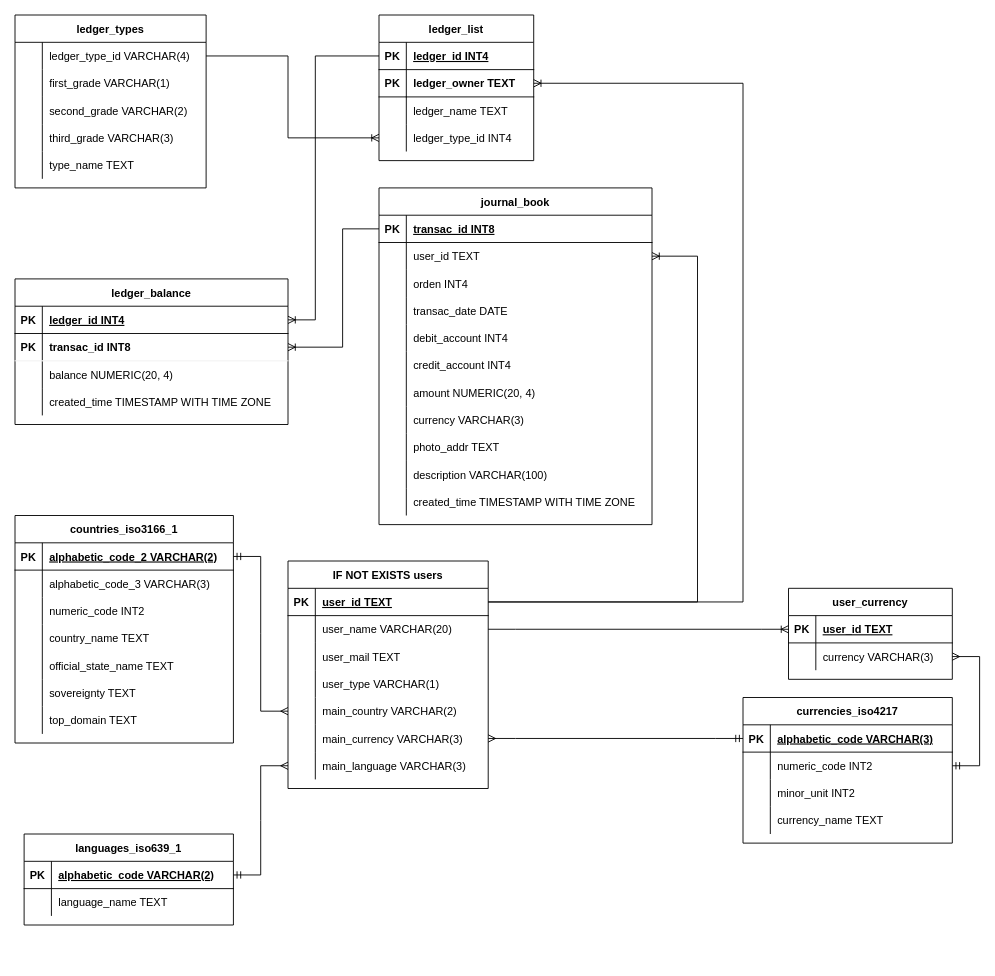
Before: rigel_ledger_schema.drawio in Walker088/rigel_ledger_server, a draw.io diagram. Source tidied: cells renumbered, new cells numbered last; positions are measured from the earlier drawing's top-left corner, leaving out a move shared by most shapes. Both pictures are drawn from the tidied source at 91%, with x=0, y=0 at pixel (15, 15).
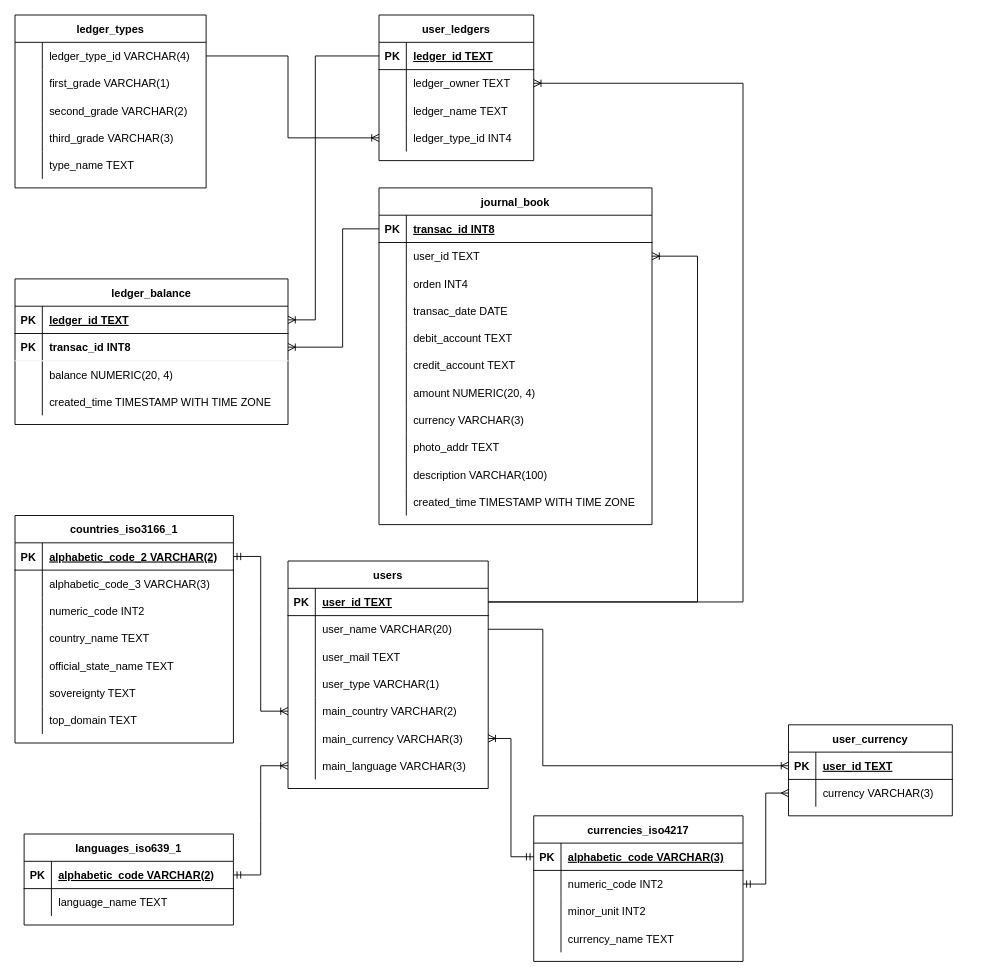
The same page after the edit.

The change refers to these unchanged cells:
```xml
<mxCell id="3" style="shape=tableRow;horizontal=0;startSize=0;swimlaneHead=0;swimlaneBody=0;fillColor=none;points=[[0,0.5],[1,0.5]];portConstraint=eastwest;top=0;left=0;right=0;bottom=1;" parent="2" vertex="1">
  <mxGeometry y="30" width="180" height="30" as="geometry" />
</mxCell>
<mxCell id="6" style="shape=tableRow;horizontal=0;startSize=0;swimlaneHead=0;swimlaneBody=0;fillColor=none;points=[[0,0.5],[1,0.5]];portConstraint=eastwest;top=0;left=0;right=0;bottom=0;" parent="2" vertex="1">
  <mxGeometry y="60" width="180" height="30" as="geometry" />
</mxCell>
<mxCell id="10" style="shape=tableRow;horizontal=0;startSize=0;swimlaneHead=0;swimlaneBody=0;fillColor=none;points=[[0,0.5],[1,0.5]];portConstraint=eastwest;top=0;left=0;right=0;bottom=1;" parent="9" vertex="1">
  <mxGeometry y="30" width="240" height="30" as="geometry" />
</mxCell>
<mxCell id="32" style="shape=tableRow;horizontal=0;startSize=0;swimlaneHead=0;swimlaneBody=0;fillColor=none;points=[[0,0.5],[1,0.5]];portConstraint=eastwest;top=0;left=0;right=0;bottom=1;" parent="31" vertex="1">
  <mxGeometry y="30" width="230" height="30" as="geometry" />
</mxCell>
<mxCell id="35" style="shape=tableRow;horizontal=0;startSize=0;swimlaneHead=0;swimlaneBody=0;fillColor=none;points=[[0,0.5],[1,0.5]];portConstraint=eastwest;top=0;left=0;right=0;bottom=0;" parent="31" vertex="1">
  <mxGeometry y="60" width="230" height="30" as="geometry" />
</mxCell>
<mxCell id="45" style="shape=tableRow;horizontal=0;startSize=0;swimlaneHead=0;swimlaneBody=0;fillColor=none;points=[[0,0.5],[1,0.5]];portConstraint=eastwest;top=0;left=0;right=0;bottom=1;" parent="44" vertex="1">
  <mxGeometry y="30" width="230" height="30" as="geometry" />
</mxCell>
<mxCell id="60" style="shape=tableRow;horizontal=0;startSize=0;swimlaneHead=0;swimlaneBody=0;fillColor=none;points=[[0,0.5],[1,0.5]];portConstraint=eastwest;top=0;left=0;right=0;bottom=0;" parent="56" vertex="1">
  <mxGeometry y="60" width="220" height="30" as="geometry" />
</mxCell>
<mxCell id="69" style="shape=tableRow;horizontal=0;startSize=0;swimlaneHead=0;swimlaneBody=0;fillColor=none;points=[[0,0.5],[1,0.5]];portConstraint=eastwest;top=0;left=0;right=0;bottom=0;" parent="56" vertex="1">
  <mxGeometry y="150" width="220" height="30" as="geometry" />
</mxCell>
<mxCell id="72" style="shape=tableRow;horizontal=0;startSize=0;swimlaneHead=0;swimlaneBody=0;fillColor=none;points=[[0,0.5],[1,0.5]];portConstraint=eastwest;top=0;left=0;right=0;bottom=0;" parent="56" vertex="1">
  <mxGeometry y="180" width="220" height="30" as="geometry" />
</mxCell>
<mxCell id="75" style="shape=tableRow;horizontal=0;startSize=0;swimlaneHead=0;swimlaneBody=0;fillColor=none;points=[[0,0.5],[1,0.5]];portConstraint=eastwest;top=0;left=0;right=0;bottom=0;" parent="56" vertex="1">
  <mxGeometry y="210" width="220" height="30" as="geometry" />
</mxCell>
<mxCell id="91" style="shape=tableRow;horizontal=0;startSize=0;swimlaneHead=0;swimlaneBody=0;fillColor=none;top=0;left=0;right=0;bottom=0;" parent="78" vertex="1">
  <mxGeometry y="150" width="300" height="30" as="geometry" />
</mxCell>
<mxCell id="94" style="shape=tableRow;horizontal=0;startSize=0;swimlaneHead=0;swimlaneBody=0;fillColor=none;top=0;left=0;right=0;bottom=0;" parent="78" vertex="1">
  <mxGeometry y="180" width="300" height="30" as="geometry" />
</mxCell>
<mxCell id="113" style="shape=tableRow;horizontal=0;startSize=0;swimlaneHead=0;swimlaneBody=0;fillColor=none;points=[[0,0.5],[1,0.5]];portConstraint=eastwest;top=0;left=0;right=0;bottom=1;" parent="112" vertex="1">
  <mxGeometry y="30" width="300" height="30" as="geometry" />
</mxCell>
<mxCell id="127" style="shape=tableRow;horizontal=0;startSize=0;swimlaneHead=0;swimlaneBody=0;fillColor=none;points=[[0,0.5],[1,0.5]];portConstraint=eastwest;top=0;left=0;right=0;bottom=1;" parent="126" vertex="1">
  <mxGeometry y="30" width="170" height="30" as="geometry" />
</mxCell>
<mxCell id="130" style="shape=tableRow;horizontal=0;startSize=0;swimlaneHead=0;swimlaneBody=0;fillColor=none;points=[[0,0.5],[1,0.5]];portConstraint=eastwest;top=0;left=0;right=0;bottom=0;" parent="126" vertex="1">
  <mxGeometry y="60" width="170" height="30" as="geometry" />
</mxCell>
```

Diff of the diagram source:
```diff
@@
     <mxCell id="2" value="user_currency" style="shape=table;startSize=30;childLayout=tableLayout;rowLines=0;fontStyle=1;align=center;" parent="1" vertex="1">
-      <mxGeometry x="850" y="630" width="180" height="100" as="geometry" />
+      <mxGeometry x="850" y="780" width="180" height="100" as="geometry" />
     </mxCell>
@@
     <mxCell id="31" value="currencies_iso4217" style="shape=table;startSize=30;childLayout=tableLayout;rowLines=0;fontStyle=1;align=center;" parent="1" vertex="1">
-      <mxGeometry x="800" y="750" width="230" height="160" as="geometry" />
+      <mxGeometry x="570" y="880" width="230" height="160" as="geometry" />
     </mxCell>
@@
-    <mxCell id="51" style="edgeStyle=entityRelationEdgeStyle;fontSize=12;html=1;endArrow=ERoneToMany;rounded=0;exitX=1;exitY=0.5;exitDx=0;exitDy=0;entryX=0;entryY=0.5;entryDx=0;entryDy=0;" parent="1" edge="1" source="60" target="3">
-      <mxGeometry relative="1" as="geometry" />
+    <mxCell id="51" style="edgeStyle=elbowEdgeStyle;fontSize=12;html=1;endArrow=ERoneToMany;rounded=0;exitX=1;exitY=0.5;exitDx=0;exitDy=0;entryX=0;entryY=0.5;entryDx=0;entryDy=0;" parent="1" edge="1" source="60" target="3">
+      <mxGeometry relative="1" as="geometry">
+        <Array as="points">
+          <mxPoint x="580" y="740" />
+        </Array>
+      </mxGeometry>
     </mxCell>
-    <mxCell id="52" style="edgeStyle=entityRelationEdgeStyle;fontSize=12;html=1;endArrow=ERmany;startArrow=ERmandOne;rounded=0;exitX=1;exitY=0.5;exitDx=0;exitDy=0;entryX=0;entryY=0.5;entryDx=0;entryDy=0;endFill=0;" parent="1" edge="1" source="45" target="75">
+    <mxCell id="52" style="edgeStyle=entityRelationEdgeStyle;fontSize=12;html=1;endArrow=ERoneToMany;startArrow=ERmandOne;rounded=0;exitX=1;exitY=0.5;exitDx=0;exitDy=0;entryX=0;entryY=0.5;entryDx=0;entryDy=0;endFill=0;" parent="1" edge="1" source="45" target="75">
       <mxGeometry relative="1" as="geometry" />
     </mxCell>
-    <mxCell id="53" style="edgeStyle=entityRelationEdgeStyle;fontSize=12;html=1;endArrow=ERmany;startArrow=ERmandOne;rounded=0;exitX=1;exitY=0.5;exitDx=0;exitDy=0;entryX=0;entryY=0.5;entryDx=0;entryDy=0;endFill=0;" parent="1" edge="1" source="10" target="69">
+    <mxCell id="53" style="edgeStyle=entityRelationEdgeStyle;fontSize=12;html=1;endArrow=ERoneToMany;startArrow=ERmandOne;rounded=0;exitX=1;exitY=0.5;exitDx=0;exitDy=0;entryX=0;entryY=0.5;entryDx=0;entryDy=0;endFill=0;" parent="1" edge="1" source="10" target="69">
       <mxGeometry relative="1" as="geometry" />
     </mxCell>
-    <mxCell id="54" style="edgeStyle=entityRelationEdgeStyle;fontSize=12;html=1;endArrow=ERmandOne;rounded=0;entryX=1;entryY=0.5;entryDx=0;entryDy=0;exitX=1;exitY=0.5;exitDx=0;exitDy=0;startArrow=ERmany;startFill=0;endFill=0;" parent="1" edge="1" source="6" target="35">
+    <mxCell id="54" style="edgeStyle=elbowEdgeStyle;fontSize=12;html=1;endArrow=ERmandOne;rounded=0;entryX=1;entryY=0.5;entryDx=0;entryDy=0;exitX=0;exitY=0.5;exitDx=0;exitDy=0;startArrow=ERmany;startFill=0;endFill=0;" parent="1" edge="1" source="6" target="35">
       <mxGeometry relative="1" as="geometry" />
     </mxCell>
-    <mxCell id="55" style="edgeStyle=entityRelationEdgeStyle;fontSize=12;html=1;endArrow=ERmandOne;rounded=0;entryX=0;entryY=0.5;entryDx=0;entryDy=0;exitX=1;exitY=0.5;exitDx=0;exitDy=0;startArrow=ERmany;startFill=0;endFill=0;" parent="1" edge="1" source="72" target="32">
+    <mxCell id="55" style="edgeStyle=elbowEdgeStyle;fontSize=12;html=1;endArrow=ERmandOne;rounded=0;entryX=0;entryY=0.5;entryDx=0;entryDy=0;exitX=1;exitY=0.5;exitDx=0;exitDy=0;startArrow=ERoneToMany;startFill=0;endFill=0;" parent="1" edge="1" source="72" target="32">
       <mxGeometry relative="1" as="geometry" />
     </mxCell>
-    <mxCell id="56" value="IF NOT EXISTS users" style="shape=table;startSize=30;childLayout=tableLayout;rowLines=0;fontStyle=1;align=center;" parent="1" vertex="1">
+    <mxCell id="56" value="users" style="shape=table;startSize=30;childLayout=tableLayout;rowLines=0;fontStyle=1;align=center;" parent="1" vertex="1">
       <mxGeometry x="300" y="600" width="220" height="250" as="geometry" />
     </mxCell>
@@
-    <mxCell id="93" value="debit_account INT4" style="shape=partialRectangle;overflow=hidden;fillColor=none;align=left;top=0;left=0;bottom=0;right=0;spacingLeft=6;" parent="91" vertex="1">
+    <mxCell id="93" value="debit_account TEXT" style="shape=partialRectangle;overflow=hidden;fillColor=none;align=left;top=0;left=0;bottom=0;right=0;spacingLeft=6;" parent="91" vertex="1">
       <mxGeometry x="30" width="270" height="30" as="geometry" />
     </mxCell>
@@
-    <mxCell id="96" value="credit_account INT4" style="shape=partialRectangle;overflow=hidden;fillColor=none;align=left;top=0;left=0;bottom=0;right=0;spacingLeft=6;" parent="94" vertex="1">
+    <mxCell id="96" value="credit_account TEXT" style="shape=partialRectangle;overflow=hidden;fillColor=none;align=left;top=0;left=0;bottom=0;right=0;spacingLeft=6;" parent="94" vertex="1">
       <mxGeometry x="30" width="270" height="30" as="geometry" />
     </mxCell>
@@
-    <mxCell id="115" value="ledger_id INT4" style="shape=partialRectangle;overflow=hidden;fillColor=none;align=left;top=0;left=0;bottom=0;right=0;spacingLeft=6;fontStyle=5;noLabel=0;" parent="113" vertex="1">
+    <mxCell id="115" value="ledger_id TEXT" style="shape=partialRectangle;overflow=hidden;fillColor=none;align=left;top=0;left=0;bottom=0;right=0;spacingLeft=6;fontStyle=5;noLabel=0;" parent="113" vertex="1">
       <mxGeometry x="30" width="270" height="30" as="geometry" />
     </mxCell>
@@
-    <mxCell id="126" value="ledger_list" style="shape=table;startSize=30;childLayout=tableLayout;rowLines=0;fontStyle=1;align=center;" parent="1" vertex="1">
+    <mxCell id="126" value="user_ledgers" style="shape=table;startSize=30;childLayout=tableLayout;rowLines=0;fontStyle=1;align=center;" parent="1" vertex="1">
       <mxGeometry x="400" width="170" height="160" as="geometry" />
     </mxCell>
@@
-    <mxCell id="129" value="ledger_id INT4" style="shape=partialRectangle;overflow=hidden;fillColor=none;align=left;top=0;left=0;bottom=0;right=0;spacingLeft=6;fontStyle=5;" parent="127" vertex="1">
+    <mxCell id="129" value="ledger_id TEXT" style="shape=partialRectangle;overflow=hidden;fillColor=none;align=left;top=0;left=0;bottom=0;right=0;spacingLeft=6;fontStyle=5;" parent="127" vertex="1">
       <mxGeometry x="30" width="140" height="30" as="geometry" />
     </mxCell>
@@
-    <mxCell id="131" value="PK" style="shape=partialRectangle;overflow=hidden;fillColor=none;top=0;left=0;bottom=1;right=0;fontStyle=1;" parent="130" vertex="1">
+    <mxCell id="131" style="shape=partialRectangle;overflow=hidden;fillColor=none;top=0;left=0;bottom=0;right=0;fontStyle=0;" parent="130" vertex="1">
       <mxGeometry width="30" height="30" as="geometry" />
     </mxCell>
-    <mxCell id="132" value="ledger_owner TEXT" style="shape=partialRectangle;overflow=hidden;fillColor=none;align=left;top=0;left=0;bottom=1;right=0;spacingLeft=6;fontStyle=1;" parent="130" vertex="1">
+    <mxCell id="132" value="ledger_owner TEXT" style="shape=partialRectangle;overflow=hidden;fillColor=none;align=left;top=0;left=0;bottom=0;right=0;spacingLeft=6;fontStyle=0;" parent="130" vertex="1">
       <mxGeometry x="30" width="140" height="30" as="geometry" />
     </mxCell>
```
